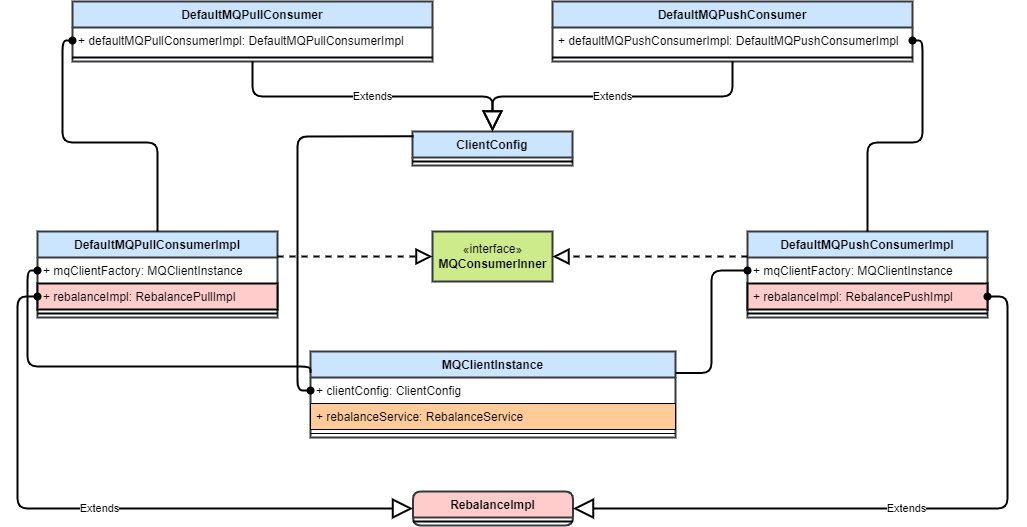
Before: assets/rocketmq-consume-message/rocketmq-consumer-rebalance-class.drawio.png, a diagram exported from draw.io (HScarb/knowledge). Source tidied: cells renumbered, new cells last; positions are measured from the earlier drawing's top-left corner, leaving out a move shared by most shapes. Source of this version:
```xml
<mxGraphModel>
  <root>
    <mxCell id="0" />
    <mxCell id="1" parent="0" />
    <mxCell id="2" value="DefaultMQPullConsumer" style="swimlane;fontStyle=1;align=center;verticalAlign=top;horizontal=1;startSize=26;swimlaneLine=1;glass=0;strokeWidth=2;fillColor=#cce5ff;strokeColor=#36393d;" parent="1" vertex="1">
      <mxGeometry x="55" width="360" height="60" as="geometry" />
    </mxCell>
    <mxCell id="3" value="+ defaultMQPullConsumerImpl: DefaultMQPullConsumerImpl" style="text;strokeColor=none;fillColor=none;align=left;verticalAlign=top;spacingLeft=4;spacingRight=4;overflow=hidden;points=[[0,0.5],[1,0.5]];portConstraint=eastwest;strokeWidth=2;" parent="2" vertex="1">
      <mxGeometry y="26" width="360" height="26" as="geometry" />
    </mxCell>
    <mxCell id="4" style="line;strokeWidth=2;fillColor=none;align=left;verticalAlign=middle;spacingTop=-1;spacingLeft=3;spacingRight=3;labelPosition=right;" parent="2" vertex="1">
      <mxGeometry y="52" width="360" height="8" as="geometry" />
    </mxCell>
    <mxCell id="5" value="DefaultMQPushConsumer" style="swimlane;fontStyle=1;align=center;verticalAlign=top;horizontal=1;startSize=26;swimlaneLine=1;glass=0;strokeWidth=2;fillColor=#cce5ff;strokeColor=#36393d;" parent="1" vertex="1">
      <mxGeometry x="535" width="360" height="60" as="geometry" />
    </mxCell>
    <mxCell id="6" value="+ defaultMQPushConsumerImpl: DefaultMQPushConsumerImpl" style="text;strokeColor=none;fillColor=none;align=left;verticalAlign=top;spacingLeft=4;spacingRight=4;overflow=hidden;points=[[0,0.5],[1,0.5]];portConstraint=eastwest;strokeWidth=2;" parent="5" vertex="1">
      <mxGeometry y="26" width="360" height="26" as="geometry" />
    </mxCell>
    <mxCell id="7" style="line;strokeWidth=2;fillColor=none;align=left;verticalAlign=middle;spacingTop=-1;spacingLeft=3;spacingRight=3;labelPosition=right;" parent="5" vertex="1">
      <mxGeometry y="52" width="360" height="8" as="geometry" />
    </mxCell>
    <mxCell id="8" value="ClientConfig" style="swimlane;fontStyle=1;align=center;verticalAlign=top;horizontal=1;startSize=26;glass=0;fillColor=#cce5ff;strokeWidth=2;strokeColor=#36393d;" parent="1" vertex="1">
      <mxGeometry x="395" y="130" width="160" height="34" as="geometry" />
    </mxCell>
    <mxCell id="9" style="line;strokeWidth=2;fillColor=none;align=left;verticalAlign=middle;spacingTop=-1;spacingLeft=3;spacingRight=3;labelPosition=right;glass=0;" parent="8" vertex="1">
      <mxGeometry y="26" width="160" height="8" as="geometry" />
    </mxCell>
    <mxCell id="10" value="Extends" style="endArrow=block;endSize=16;endFill=0;html=1;edgeStyle=orthogonalEdgeStyle;strokeWidth=2;" parent="1" edge="1" source="2" target="8">
      <mxGeometry relative="1" as="geometry" />
    </mxCell>
    <mxCell id="11" value="Extends" style="endArrow=block;endSize=16;endFill=0;html=1;edgeStyle=orthogonalEdgeStyle;strokeWidth=2;" parent="1" edge="1" source="5" target="8">
      <mxGeometry relative="1" as="geometry" />
    </mxCell>
    <mxCell id="12" value="DefaultMQPushConsumerImpl" style="swimlane;fontStyle=1;align=center;verticalAlign=top;horizontal=1;startSize=26;glass=0;fillColor=#cce5ff;strokeWidth=2;strokeColor=#36393d;" parent="1" vertex="1">
      <mxGeometry x="730" y="230" width="240" height="86" as="geometry" />
    </mxCell>
    <mxCell id="13" value="+ mqClientFactory: MQClientInstance" style="text;strokeColor=none;fillColor=none;align=left;verticalAlign=top;spacingLeft=4;spacingRight=4;overflow=hidden;points=[[0,0.5],[1,0.5]];portConstraint=eastwest;glass=0;strokeWidth=2;" parent="12" vertex="1">
      <mxGeometry y="26" width="240" height="26" as="geometry" />
    </mxCell>
    <mxCell id="14" value="+ rebalanceImpl: RebalancePushImpl" style="text;strokeColor=default;fillColor=#ffcccc;align=left;verticalAlign=top;spacingLeft=4;spacingRight=4;overflow=hidden;points=[[0,0.5],[1,0.5]];portConstraint=eastwest;glass=0;strokeWidth=2;gradientColor=none;" parent="12" vertex="1">
      <mxGeometry y="52" width="240" height="26" as="geometry" />
    </mxCell>
    <mxCell id="15" style="line;strokeWidth=2;fillColor=none;align=left;verticalAlign=middle;spacingTop=-1;spacingLeft=3;spacingRight=3;labelPosition=right;glass=0;" parent="12" vertex="1">
      <mxGeometry y="78" width="240" height="8" as="geometry" />
    </mxCell>
    <mxCell id="16" value="«interface»&lt;br&gt;&lt;b&gt;MQConsumerInner&lt;/b&gt;" style="html=1;glass=0;fillColor=#cdeb8b;strokeWidth=2;strokeColor=#36393d;" parent="1" vertex="1">
      <mxGeometry x="415" y="230" width="120" height="50" as="geometry" />
    </mxCell>
    <mxCell id="17" value="DefaultMQPullConsumerImpl" style="swimlane;fontStyle=1;align=center;verticalAlign=top;horizontal=1;startSize=26;glass=0;fillColor=#cce5ff;strokeWidth=2;strokeColor=#36393d;" parent="1" vertex="1">
      <mxGeometry x="20" y="230" width="240" height="86" as="geometry" />
    </mxCell>
    <mxCell id="18" value="+ mqClientFactory: MQClientInstance" style="text;strokeColor=none;fillColor=none;align=left;verticalAlign=top;spacingLeft=4;spacingRight=4;overflow=hidden;points=[[0,0.5],[1,0.5]];portConstraint=eastwest;glass=0;strokeWidth=2;" parent="17" vertex="1">
      <mxGeometry y="26" width="240" height="26" as="geometry" />
    </mxCell>
    <mxCell id="19" value="+ rebalanceImpl: RebalancePullImpl" style="text;strokeColor=default;fillColor=#ffcccc;align=left;verticalAlign=top;spacingLeft=4;spacingRight=4;overflow=hidden;points=[[0,0.5],[1,0.5]];portConstraint=eastwest;glass=0;strokeWidth=2;" parent="17" vertex="1">
      <mxGeometry y="52" width="240" height="26" as="geometry" />
    </mxCell>
    <mxCell id="20" style="line;strokeWidth=2;fillColor=none;align=left;verticalAlign=middle;spacingTop=-1;spacingLeft=3;spacingRight=3;labelPosition=right;glass=0;" parent="17" vertex="1">
      <mxGeometry y="78" width="240" height="8" as="geometry" />
    </mxCell>
    <mxCell id="21" style="endArrow=block;dashed=1;endFill=0;endSize=12;html=1;edgeStyle=orthogonalEdgeStyle;strokeWidth=2;" parent="1" edge="1" source="12" target="16">
      <mxGeometry relative="1" as="geometry">
        <Array as="points">
          <mxPoint x="580" y="255" />
          <mxPoint x="580" y="255" />
        </Array>
      </mxGeometry>
    </mxCell>
    <mxCell id="22" style="endArrow=block;dashed=1;endFill=0;endSize=12;html=1;edgeStyle=orthogonalEdgeStyle;strokeWidth=2;" parent="1" edge="1" source="17" target="16">
      <mxGeometry relative="1" as="geometry">
        <Array as="points">
          <mxPoint x="380" y="255" />
          <mxPoint x="380" y="255" />
        </Array>
      </mxGeometry>
    </mxCell>
    <mxCell id="23" style="edgeStyle=orthogonalEdgeStyle;html=1;endArrow=none;endFill=0;strokeWidth=2;startArrow=oval;startFill=1;" parent="1" edge="1" source="3" target="17">
      <mxGeometry relative="1" as="geometry" />
    </mxCell>
    <mxCell id="24" value="MQClientInstance" style="swimlane;fontStyle=1;align=center;verticalAlign=top;horizontal=1;startSize=26;glass=0;strokeWidth=2;fillColor=#cce5ff;strokeColor=#36393d;" parent="1" vertex="1">
      <mxGeometry x="293" y="350" width="365" height="86" as="geometry" />
    </mxCell>
    <mxCell id="25" value="+ clientConfig: ClientConfig" style="text;strokeColor=none;fillColor=none;align=left;verticalAlign=top;spacingLeft=4;spacingRight=4;overflow=hidden;points=[[0,0.5],[1,0.5]];portConstraint=eastwest;glass=0;" parent="24" vertex="1">
      <mxGeometry y="26" width="365" height="26" as="geometry" />
    </mxCell>
    <mxCell id="26" value="+ rebalanceService: RebalanceService" style="text;strokeColor=default;fillColor=#ffcc99;align=left;verticalAlign=top;spacingLeft=4;spacingRight=4;overflow=hidden;glass=0;" parent="24" vertex="1">
      <mxGeometry y="52" width="365" height="26" as="geometry" />
    </mxCell>
    <mxCell id="27" style="line;strokeWidth=1;fillColor=none;align=left;verticalAlign=middle;spacingTop=-1;spacingLeft=3;spacingRight=3;labelPosition=right;glass=0;" parent="24" vertex="1">
      <mxGeometry y="78" width="365" height="8" as="geometry" />
    </mxCell>
    <mxCell id="28" style="edgeStyle=orthogonalEdgeStyle;html=1;endArrow=none;endFill=0;strokeWidth=2;startArrow=oval;startFill=1;" parent="1" edge="1" source="6" target="12">
      <mxGeometry relative="1" as="geometry" />
    </mxCell>
    <mxCell id="29" style="edgeStyle=orthogonalEdgeStyle;html=1;entryX=0.006;entryY=0.143;entryDx=0;entryDy=0;entryPerimeter=0;strokeWidth=2;endArrow=none;endFill=0;startArrow=oval;startFill=1;" parent="1" edge="1" source="25" target="8">
      <mxGeometry relative="1" as="geometry">
        <Array as="points">
          <mxPoint x="280" y="389" />
          <mxPoint x="280" y="135" />
        </Array>
      </mxGeometry>
    </mxCell>
    <mxCell id="30" style="edgeStyle=orthogonalEdgeStyle;html=1;strokeWidth=2;entryX=1;entryY=0.25;entryDx=0;entryDy=0;startArrow=oval;startFill=1;endArrow=none;endFill=0;" parent="1" edge="1" source="13" target="24">
      <mxGeometry relative="1" as="geometry" />
    </mxCell>
    <mxCell id="31" style="edgeStyle=orthogonalEdgeStyle;html=1;entryX=0;entryY=0.25;entryDx=0;entryDy=0;strokeWidth=2;startArrow=oval;startFill=1;endArrow=none;endFill=0;" parent="1" edge="1" source="18" target="24">
      <mxGeometry relative="1" as="geometry">
        <Array as="points">
          <mxPoint x="10" y="269" />
          <mxPoint x="10" y="365" />
        </Array>
      </mxGeometry>
    </mxCell>
    <mxCell id="32" value="RebalanceImpl" style="swimlane;fontStyle=1;align=center;verticalAlign=top;horizontal=1;startSize=26;glass=0;fillColor=#ffcccc;strokeWidth=2;strokeColor=#36393d;shadow=0;sketch=0;swimlaneFillColor=none;swimlaneLine=1;rounded=1;" parent="1" vertex="1">
      <mxGeometry x="395.5" y="490" width="160" height="34" as="geometry" />
    </mxCell>
    <mxCell id="33" style="line;strokeWidth=2;fillColor=none;align=left;verticalAlign=middle;spacingTop=-1;spacingLeft=3;spacingRight=3;labelPosition=right;glass=0;" parent="32" vertex="1">
      <mxGeometry y="26" width="160" height="8" as="geometry" />
    </mxCell>
    <mxCell id="34" value="Extends" style="endArrow=block;endSize=16;endFill=0;html=1;edgeStyle=orthogonalEdgeStyle;strokeWidth=2;startArrow=oval;startFill=1;" parent="1" edge="1" source="14" target="32">
      <mxGeometry relative="1" as="geometry">
        <Array as="points">
          <mxPoint x="990" y="295" />
          <mxPoint x="990" y="507" />
        </Array>
      </mxGeometry>
    </mxCell>
    <mxCell id="35" value="Extends" style="endArrow=block;endSize=16;endFill=0;html=1;edgeStyle=orthogonalEdgeStyle;strokeWidth=2;startArrow=oval;startFill=1;" parent="1" edge="1" source="19" target="32">
      <mxGeometry relative="1" as="geometry">
        <Array as="points">
          <mxPoint y="295" />
          <mxPoint y="507" />
        </Array>
      </mxGeometry>
    </mxCell>
  </root>
</mxGraphModel>
```
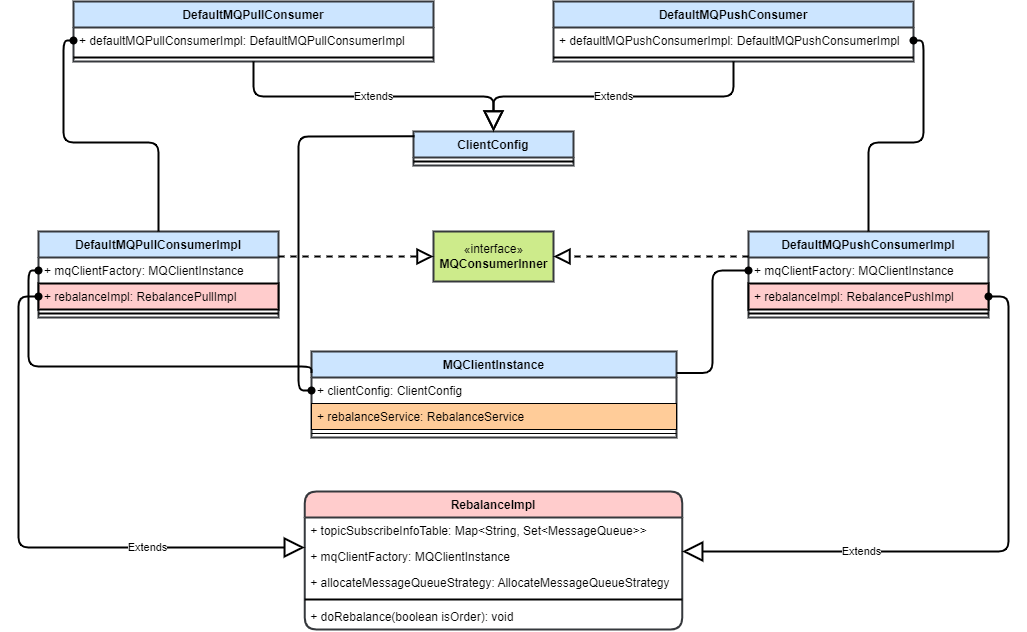
After the commit.

Diff of the diagram source:
```diff
@@ -113,24 +113,36 @@
       </mxGeometry>
     </mxCell>
     <mxCell id="32" value="RebalanceImpl" style="swimlane;fontStyle=1;align=center;verticalAlign=top;horizontal=1;startSize=26;glass=0;fillColor=#ffcccc;strokeWidth=2;strokeColor=#36393d;shadow=0;sketch=0;swimlaneFillColor=none;swimlaneLine=1;rounded=1;" parent="1" vertex="1">
-      <mxGeometry x="395.5" y="490" width="160" height="34" as="geometry" />
+      <mxGeometry x="286.3" y="490" width="377.4" height="138" as="geometry" />
     </mxCell>
+    <mxCell id="36" value="+ topicSubscribeInfoTable: Map&lt;String, Set&lt;MessageQueue&gt;&gt;" style="text;strokeColor=none;fillColor=none;align=left;verticalAlign=top;spacingLeft=4;spacingRight=4;overflow=hidden;glass=0;strokeWidth=2;" parent="32" vertex="1">
+      <mxGeometry y="26" width="377.4" height="26" as="geometry" />
+    </mxCell>
+    <mxCell id="37" value="+ mqClientFactory: MQClientInstance" style="text;strokeColor=none;fillColor=none;align=left;verticalAlign=top;spacingLeft=4;spacingRight=4;overflow=hidden;glass=0;strokeWidth=2;" parent="32" vertex="1">
+      <mxGeometry y="52" width="377.4" height="26" as="geometry" />
+    </mxCell>
+    <mxCell id="38" value="+ allocateMessageQueueStrategy: AllocateMessageQueueStrategy" style="text;strokeColor=none;fillColor=none;align=left;verticalAlign=top;spacingLeft=4;spacingRight=4;overflow=hidden;glass=0;strokeWidth=2;" parent="32" vertex="1">
+      <mxGeometry y="78" width="377.4" height="26" as="geometry" />
+    </mxCell>
     <mxCell id="33" style="line;strokeWidth=2;fillColor=none;align=left;verticalAlign=middle;spacingTop=-1;spacingLeft=3;spacingRight=3;labelPosition=right;glass=0;" parent="32" vertex="1">
-      <mxGeometry y="26" width="160" height="8" as="geometry" />
+      <mxGeometry y="104" width="377.4" height="8" as="geometry" />
     </mxCell>
+    <mxCell id="39" value="+ doRebalance(boolean isOrder): void" style="text;strokeColor=none;fillColor=none;align=left;verticalAlign=top;spacingLeft=4;spacingRight=4;overflow=hidden;glass=0;strokeWidth=2;" parent="32" vertex="1">
+      <mxGeometry y="112" width="377.4" height="26" as="geometry" />
+    </mxCell>
     <mxCell id="34" value="Extends" style="endArrow=block;endSize=16;endFill=0;html=1;edgeStyle=orthogonalEdgeStyle;strokeWidth=2;startArrow=oval;startFill=1;" parent="1" edge="1" source="14" target="32">
-      <mxGeometry relative="1" as="geometry">
+      <mxGeometry x="0.4" relative="1" as="geometry">
         <Array as="points">
           <mxPoint x="990" y="295" />
-          <mxPoint x="990" y="507" />
+          <mxPoint x="990" y="550" />
         </Array>
       </mxGeometry>
     </mxCell>
     <mxCell id="35" value="Extends" style="endArrow=block;endSize=16;endFill=0;html=1;edgeStyle=orthogonalEdgeStyle;strokeWidth=2;startArrow=oval;startFill=1;" parent="1" edge="1" source="19" target="32">
-      <mxGeometry relative="1" as="geometry">
+      <mxGeometry x="0.44" relative="1" as="geometry">
         <Array as="points">
           <mxPoint y="295" />
-          <mxPoint y="507" />
+          <mxPoint y="546" />
         </Array>
       </mxGeometry>
     </mxCell>
```
